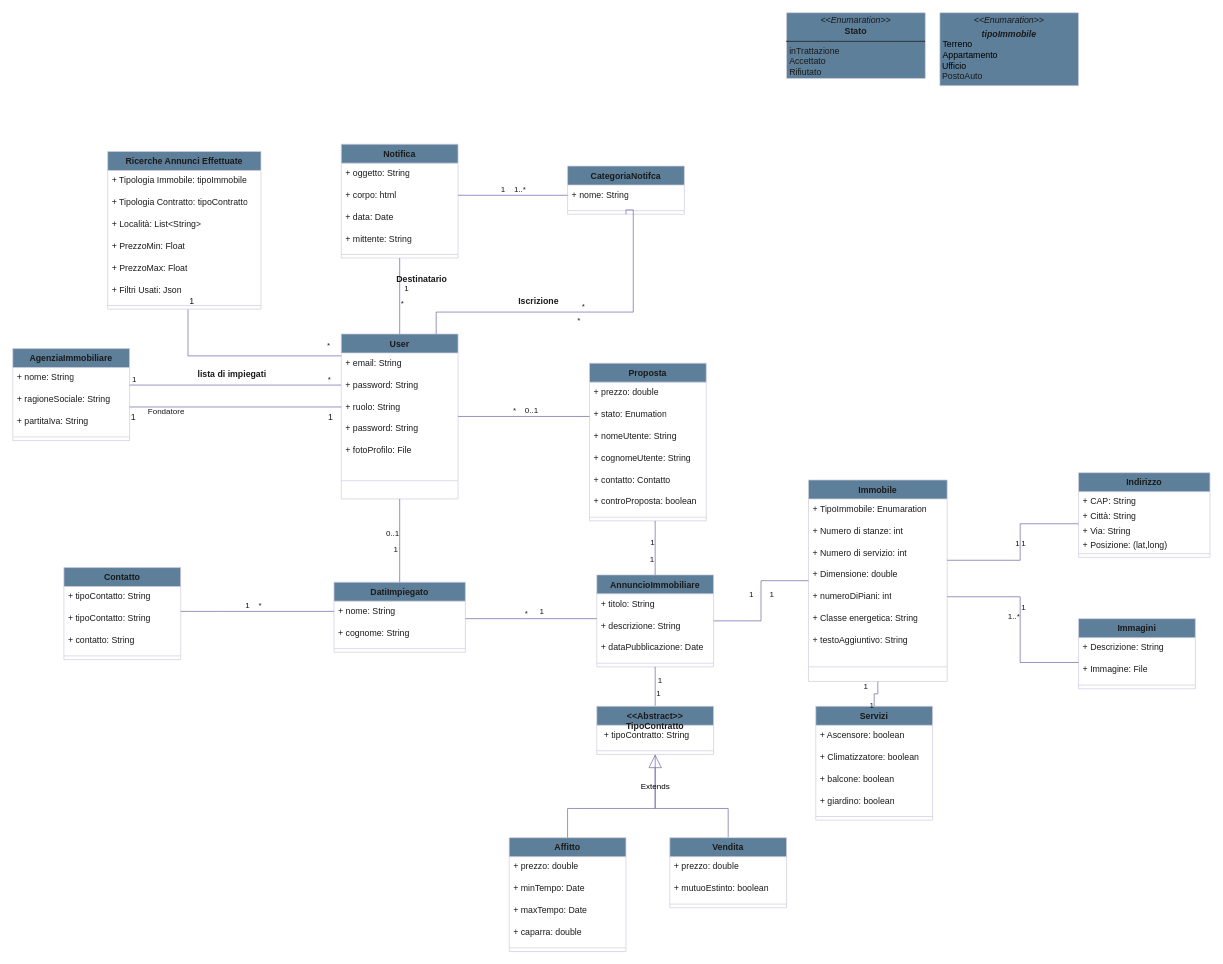
Above: diagrammi/diagramma delle classi.drawio in Sperob98/Documentazione-DietiEstates25 (draw.io), before the change. Source tidied: cells renumbered, new cells numbered last; positions are measured from the earlier drawing's top-left corner, leaving out a move shared by most shapes. Both pictures are drawn from the tidied source at 73%, with x=0, y=0 at pixel (12, 12).
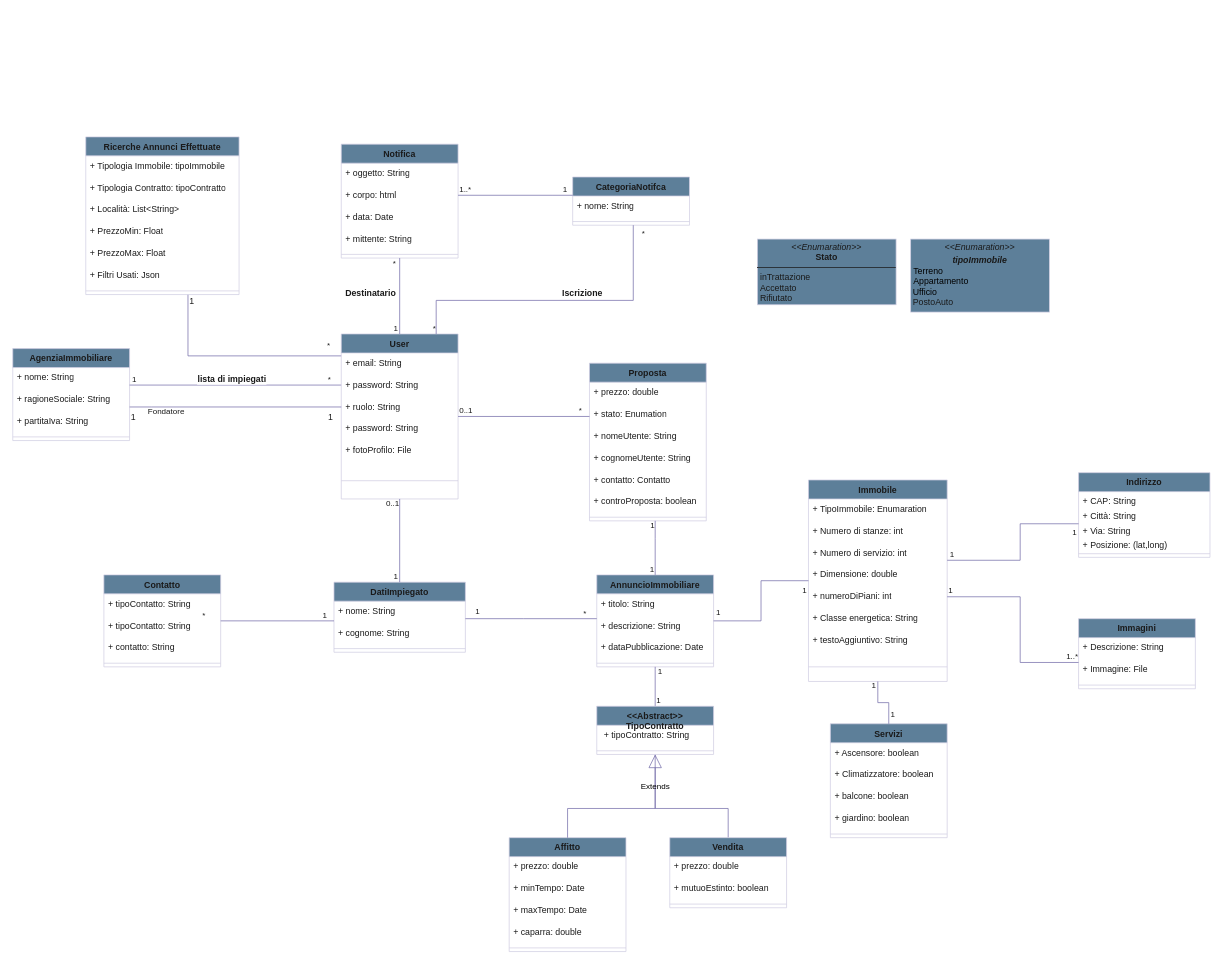
Above is the later version.

Unchanged cells that the change refers to:
```xml
<mxCell id="21" style="endArrow=none;html=1;edgeStyle=orthogonalEdgeStyle;rounded=0;labelBackgroundColor=none;strokeColor=#736CA8;fontColor=default;" parent="1" edge="1" source="2" target="11">
  <mxGeometry relative="1" as="geometry">
    <Array as="points">
      <mxPoint x="1380" y="750" />
      <mxPoint x="1380" y="700" />
    </Array>
  </mxGeometry>
</mxCell>
<mxCell id="42" value="User" style="swimlane;fontStyle=1;align=center;verticalAlign=top;horizontal=1;startSize=26;whiteSpace=wrap;html=1;labelBackgroundColor=none;fillColor=#5D7F99;strokeColor=#D0CEE2;fontColor=#1A1A1A;" parent="1" vertex="1">
  <mxGeometry x="450" y="440" width="160" height="226" as="geometry" />
</mxCell>
<mxCell id="59" style="endArrow=none;html=1;edgeStyle=orthogonalEdgeStyle;rounded=0;labelBackgroundColor=none;strokeColor=#736CA8;fontColor=default;" parent="1" edge="1" source="54" target="50">
  <mxGeometry relative="1" as="geometry">
    <Array as="points">
      <mxPoint x="280" y="820" />
      <mxPoint x="280" y="820" />
    </Array>
  </mxGeometry>
</mxCell>
<mxCell id="62" style="endArrow=none;html=1;edgeStyle=orthogonalEdgeStyle;rounded=0;exitX=0.5;exitY=1;exitDx=0;exitDy=0;entryX=0.5;entryY=0;entryDx=0;entryDy=0;labelBackgroundColor=none;strokeColor=#736CA8;fontColor=default;" parent="1" edge="1" source="42" target="50">
  <mxGeometry relative="1" as="geometry" />
</mxCell>
<mxCell id="70" style="endArrow=none;html=1;edgeStyle=orthogonalEdgeStyle;rounded=0;labelBackgroundColor=none;strokeColor=#736CA8;fontColor=default;" parent="1" edge="1" source="65" target="50">
  <mxGeometry relative="1" as="geometry">
    <Array as="points">
      <mxPoint x="700" y="830" />
      <mxPoint x="700" y="830" />
    </Array>
  </mxGeometry>
</mxCell>
<mxCell id="73" style="endArrow=none;html=1;edgeStyle=orthogonalEdgeStyle;rounded=0;labelBackgroundColor=none;strokeColor=#736CA8;fontColor=default;" parent="1" edge="1" source="65" target="2">
  <mxGeometry relative="1" as="geometry" />
</mxCell>
<mxCell id="76" style="endArrow=none;html=1;edgeStyle=orthogonalEdgeStyle;rounded=0;labelBackgroundColor=none;strokeColor=#736CA8;fontColor=default;" parent="1" edge="1" source="65" target="144">
  <mxGeometry relative="1" as="geometry">
    <Array as="points">
      <mxPoint x="880" y="900" />
      <mxPoint x="880" y="900" />
    </Array>
  </mxGeometry>
</mxCell>
<mxCell id="94" style="endArrow=none;html=1;edgeStyle=orthogonalEdgeStyle;rounded=0;labelBackgroundColor=none;strokeColor=#736CA8;fontColor=default;" parent="1" edge="1" source="42" target="86">
  <mxGeometry relative="1" as="geometry">
    <Array as="points">
      <mxPoint x="800" y="540" />
      <mxPoint x="800" y="540" />
    </Array>
  </mxGeometry>
</mxCell>
<mxCell id="97" style="endArrow=none;html=1;edgeStyle=orthogonalEdgeStyle;rounded=0;labelBackgroundColor=none;strokeColor=#736CA8;fontColor=default;" parent="1" edge="1" source="86" target="65">
  <mxGeometry relative="1" as="geometry">
    <Array as="points">
      <mxPoint x="880" y="720" />
      <mxPoint x="880" y="720" />
    </Array>
  </mxGeometry>
</mxCell>
<mxCell id="100" style="endArrow=none;html=1;edgeStyle=orthogonalEdgeStyle;rounded=0;entryX=0.5;entryY=0;entryDx=0;entryDy=0;labelBackgroundColor=none;strokeColor=#736CA8;fontColor=default;" parent="1" edge="1" source="79" target="42">
  <mxGeometry relative="1" as="geometry" />
</mxCell>
<mxCell id="105" style="endArrow=none;html=1;edgeStyle=orthogonalEdgeStyle;rounded=0;labelBackgroundColor=none;strokeColor=#736CA8;fontColor=default;" parent="1" edge="1" source="2" target="17">
  <mxGeometry relative="1" as="geometry">
    <Array as="points">
      <mxPoint x="1380" y="800" />
      <mxPoint x="1380" y="890" />
    </Array>
  </mxGeometry>
</mxCell>
<mxCell id="115" style="endArrow=none;html=1;edgeStyle=orthogonalEdgeStyle;rounded=0;labelBackgroundColor=none;strokeColor=#736CA8;fontColor=default;" parent="1" edge="1" source="2" target="109">
  <mxGeometry relative="1" as="geometry" />
</mxCell>
<mxCell id="125" style="endArrow=none;html=1;edgeStyle=orthogonalEdgeStyle;rounded=0;labelBackgroundColor=none;strokeColor=#736CA8;fontColor=default;" parent="1" edge="1" source="79" target="122">
  <mxGeometry relative="1" as="geometry">
    <Array as="points">
      <mxPoint x="740" y="250" />
      <mxPoint x="740" y="250" />
    </Array>
  </mxGeometry>
</mxCell>
```

The edit, as a diff of the source:
```diff
@@
     <mxCell id="22" value="1" style="edgeLabel;html=1;align=left;verticalAlign=bottom;labelBackgroundColor=none;fontColor=#1A1A1A;" parent="21" vertex="1">
-      <mxGeometry relative="1" as="geometry" />
+      <mxGeometry relative="1" as="geometry">
+        <mxPoint x="70" y="-15" as="offset" />
+      </mxGeometry>
     </mxCell>
     <mxCell id="23" value="1" style="edgeLabel;html=1;align=right;verticalAlign=bottom;labelBackgroundColor=none;fontColor=#1A1A1A;" parent="21" vertex="1">
-      <mxGeometry relative="1" as="geometry" />
+      <mxGeometry relative="1" as="geometry">
+        <mxPoint x="-90" y="15" as="offset" />
+      </mxGeometry>
     </mxCell>
@@
-    <mxCell id="49" value="lista di impiegati" style="text;align=center;fontStyle=1;verticalAlign=middle;spacingLeft=3;spacingRight=3;strokeColor=none;html=1;labelBackgroundColor=none;fontColor=#1A1A1A;" parent="1" vertex="1">
-      <mxGeometry x="260" y="480" width="80" height="30" as="geometry" />
+    <mxCell id="49" value="lista di impiegati" style="text;align=center;fontStyle=1;verticalAlign=middle;spacingLeft=3;spacingRight=3;strokeColor=none;html=1;labelBackgroundColor=default;fontColor=#1A1A1A;" parent="1" vertex="1">
+      <mxGeometry x="260" y="487" width="80" height="30" as="geometry" />
     </mxCell>
@@
     <mxCell id="54" value="Contatto" style="swimlane;fontStyle=1;align=center;verticalAlign=top;horizontal=1;startSize=26;whiteSpace=wrap;html=1;labelBackgroundColor=none;fillColor=#5D7F99;strokeColor=#D0CEE2;fontColor=#1A1A1A;" parent="1" vertex="1">
-      <mxGeometry x="70" y="760" width="160" height="126" as="geometry" />
+      <mxGeometry x="124.8" y="770" width="160" height="126" as="geometry" />
     </mxCell>
@@
     <mxCell id="60" value="*" style="edgeLabel;html=1;align=left;verticalAlign=bottom;labelBackgroundColor=none;fontColor=#1A1A1A;" parent="59" vertex="1">
-      <mxGeometry relative="1" as="geometry" />
+      <mxGeometry relative="1" as="geometry">
+        <mxPoint x="-105" as="offset" />
+      </mxGeometry>
     </mxCell>
     <mxCell id="61" value="1" style="edgeLabel;html=1;align=right;verticalAlign=bottom;labelBackgroundColor=none;fontColor=#1A1A1A;" parent="59" vertex="1">
       <mxGeometry relative="1" as="geometry">
-        <mxPoint x="-10" as="offset" />
+        <mxPoint x="68" as="offset" />
       </mxGeometry>
     </mxCell>
@@
     <mxCell id="63" value="1" style="edgeLabel;html=1;align=left;verticalAlign=bottom;labelBackgroundColor=none;fontColor=#1A1A1A;" parent="62" vertex="1">
       <mxGeometry relative="1" as="geometry">
-        <mxPoint x="-10" y="20" as="offset" />
+        <mxPoint x="-10" y="57" as="offset" />
       </mxGeometry>
     </mxCell>
     <mxCell id="64" value="0..1" style="edgeLabel;html=1;align=right;verticalAlign=bottom;labelBackgroundColor=none;fontColor=#1A1A1A;" parent="62" vertex="1">
       <mxGeometry relative="1" as="geometry">
-        <mxPoint y="-2" as="offset" />
+        <mxPoint y="-43" as="offset" />
       </mxGeometry>
     </mxCell>
@@
     <mxCell id="71" value="*" style="edgeLabel;html=1;align=left;verticalAlign=bottom;labelBackgroundColor=none;fontColor=#1A1A1A;" parent="70" vertex="1">
       <mxGeometry relative="1" as="geometry">
-        <mxPoint x="-10" y="1" as="offset" />
+        <mxPoint x="70" y="1" as="offset" />
       </mxGeometry>
     </mxCell>
     <mxCell id="72" value="1" style="edgeLabel;html=1;align=right;verticalAlign=bottom;labelBackgroundColor=none;fontColor=#1A1A1A;" parent="70" vertex="1">
       <mxGeometry relative="1" as="geometry">
-        <mxPoint x="18" y="-2" as="offset" />
+        <mxPoint x="-70" y="-2" as="offset" />
       </mxGeometry>
     </mxCell>
@@
     <mxCell id="74" value="1" style="edgeLabel;html=1;align=left;verticalAlign=bottom;labelBackgroundColor=none;fontColor=#1A1A1A;" parent="73" vertex="1">
       <mxGeometry relative="1" as="geometry">
-        <mxPoint x="10" as="offset" />
+        <mxPoint x="55" y="-5" as="offset" />
       </mxGeometry>
     </mxCell>
     <mxCell id="75" value="1" style="edgeLabel;html=1;align=right;verticalAlign=bottom;labelBackgroundColor=none;fontColor=#1A1A1A;" parent="73" vertex="1">
       <mxGeometry relative="1" as="geometry">
-        <mxPoint x="-10" as="offset" />
+        <mxPoint x="-55" y="25" as="offset" />
       </mxGeometry>
     </mxCell>
@@
     <mxCell id="77" value="1" style="edgeLabel;html=1;align=left;verticalAlign=bottom;labelBackgroundColor=none;fontColor=#1A1A1A;" parent="76" vertex="1">
       <mxGeometry relative="1" as="geometry">
-        <mxPoint y="18" as="offset" />
+        <mxPoint y="27" as="offset" />
       </mxGeometry>
     </mxCell>
     <mxCell id="78" value="1" style="edgeLabel;html=1;align=right;verticalAlign=bottom;labelBackgroundColor=none;fontColor=#1A1A1A;" parent="76" vertex="1">
       <mxGeometry relative="1" as="geometry">
-        <mxPoint x="10" as="offset" />
+        <mxPoint x="10" y="-13" as="offset" />
       </mxGeometry>
     </mxCell>
@@
     <mxCell id="95" value="0..1" style="edgeLabel;html=1;align=left;verticalAlign=bottom;labelBackgroundColor=none;fontColor=#1A1A1A;" parent="94" vertex="1">
-      <mxGeometry relative="1" as="geometry" />
+      <mxGeometry relative="1" as="geometry">
+        <mxPoint x="-90" as="offset" />
+      </mxGeometry>
     </mxCell>
     <mxCell id="96" value="*" style="edgeLabel;html=1;align=right;verticalAlign=bottom;labelBackgroundColor=none;fontColor=#1A1A1A;" parent="94" vertex="1">
       <mxGeometry relative="1" as="geometry">
-        <mxPoint x="-10" as="offset" />
+        <mxPoint x="80" as="offset" />
       </mxGeometry>
     </mxCell>
@@
     <mxCell id="98" value="1" style="edgeLabel;html=1;align=left;verticalAlign=bottom;labelBackgroundColor=none;fontColor=#1A1A1A;" parent="97" vertex="1">
       <mxGeometry relative="1" as="geometry">
-        <mxPoint x="-9" y="24" as="offset" />
+        <mxPoint x="-9" y="37" as="offset" />
       </mxGeometry>
     </mxCell>
     <mxCell id="99" value="1" style="edgeLabel;html=1;align=right;verticalAlign=bottom;labelBackgroundColor=none;fontColor=#1A1A1A;" parent="97" vertex="1">
-      <mxGeometry relative="1" as="geometry" />
+      <mxGeometry relative="1" as="geometry">
+        <mxPoint y="-23" as="offset" />
+      </mxGeometry>
     </mxCell>
@@
     <mxCell id="101" value="*" style="edgeLabel;html=1;align=left;verticalAlign=bottom;labelBackgroundColor=none;fontColor=#1A1A1A;" parent="100" vertex="1">
       <mxGeometry relative="1" as="geometry">
-        <mxPoint y="18" as="offset" />
+        <mxPoint x="-11" y="-37" as="offset" />
       </mxGeometry>
     </mxCell>
     <mxCell id="102" value="1" style="edgeLabel;html=1;align=right;verticalAlign=bottom;labelBackgroundColor=none;fontColor=#1A1A1A;" parent="100" vertex="1">
       <mxGeometry relative="1" as="geometry">
-        <mxPoint x="13" y="-3" as="offset" />
+        <mxPoint x="-2" y="52" as="offset" />
       </mxGeometry>
     </mxCell>
     <mxCell id="103" value="Destinatario" style="text;align=center;fontStyle=1;verticalAlign=middle;spacingLeft=3;spacingRight=3;strokeColor=none;html=1;labelBackgroundColor=none;fontColor=#1A1A1A;" parent="1" vertex="1">
-      <mxGeometry x="520" y="350" width="80" height="30" as="geometry" />
+      <mxGeometry x="450" y="370" width="80" height="30" as="geometry" />
     </mxCell>
     <mxCell id="104" value="&lt;p style=&quot;margin:0px;margin-top:4px;text-align:center;&quot;&gt;&lt;i&gt;&amp;lt;&amp;lt;Enumaration&amp;gt;&amp;gt;&lt;/i&gt;&lt;br&gt;&lt;b&gt;Stato&lt;/b&gt;&lt;/p&gt;&lt;hr size=&quot;1&quot; style=&quot;border-style:solid;&quot;&gt;&lt;p style=&quot;margin:0px;margin-left:4px;&quot;&gt;inTrattazione&lt;/p&gt;&lt;p style=&quot;margin:0px;margin-left:4px;&quot;&gt;Accettato&lt;/p&gt;&lt;p style=&quot;margin:0px;margin-left:4px;&quot;&gt;Rifiutato&lt;/p&gt;&lt;div&gt;&lt;span style=&quot;background-color: transparent; color: light-dark(rgb(0, 0, 0), rgb(255, 255, 255));&quot;&gt;&lt;br&gt;&lt;/span&gt;&lt;/div&gt;&lt;hr size=&quot;1&quot; style=&quot;border-style:solid;&quot;&gt;&lt;p style=&quot;margin:0px;margin-left:4px;&quot;&gt;&lt;br&gt;&lt;/p&gt;" style="verticalAlign=top;align=left;overflow=fill;html=1;whiteSpace=wrap;labelBackgroundColor=none;fillColor=#5D7F99;strokeColor=#D0CEE2;fontColor=#1A1A1A;" parent="1" vertex="1">
-      <mxGeometry x="1060" width="190" height="90" as="geometry" />
+      <mxGeometry x="1020" y="310" width="190" height="90" as="geometry" />
     </mxCell>
@@
     <mxCell id="106" value="1" style="edgeLabel;html=1;align=left;verticalAlign=bottom;labelBackgroundColor=none;fontColor=#1A1A1A;" parent="105" vertex="1">
       <mxGeometry relative="1" as="geometry">
-        <mxPoint y="-12" as="offset" />
+        <mxPoint x="-100" y="-35" as="offset" />
       </mxGeometry>
     </mxCell>
     <mxCell id="107" value="1..*" style="edgeLabel;html=1;align=right;verticalAlign=bottom;labelBackgroundColor=none;fontColor=#1A1A1A;" parent="105" vertex="1">
-      <mxGeometry relative="1" as="geometry" />
+      <mxGeometry relative="1" as="geometry">
+        <mxPoint x="80" y="55" as="offset" />
+      </mxGeometry>
     </mxCell>
     <mxCell id="108" value="&lt;p style=&quot;margin:0px;margin-top:4px;text-align:center;&quot;&gt;&lt;i&gt;&amp;lt;&amp;lt;Enumaration&amp;gt;&amp;gt;&lt;/i&gt;&lt;br&gt;&lt;/p&gt;&lt;p style=&quot;margin:0px;margin-top:4px;text-align:center;&quot;&gt;&lt;i&gt;&lt;b&gt;tipoImmobile&lt;/b&gt;&lt;/i&gt;&lt;/p&gt;&lt;p style=&quot;margin:0px;margin-left:4px;&quot;&gt;&lt;span style=&quot;background-color: transparent; color: light-dark(rgb(0, 0, 0), rgb(255, 255, 255));&quot;&gt;Terreno&lt;/span&gt;&lt;/p&gt;&lt;p style=&quot;margin:0px;margin-left:4px;&quot;&gt;&lt;span style=&quot;background-color: transparent; color: light-dark(rgb(0, 0, 0), rgb(255, 255, 255));&quot;&gt;Appartamento&lt;/span&gt;&lt;/p&gt;&lt;div&gt;&lt;span style=&quot;background-color: transparent; color: light-dark(rgb(0, 0, 0), rgb(255, 255, 255));&quot;&gt;&amp;nbsp;Ufficio&lt;/span&gt;&lt;/div&gt;&lt;div&gt;&amp;nbsp;PostoAuto&lt;/div&gt;&lt;div&gt;&lt;span style=&quot;background-color: transparent; color: light-dark(rgb(0, 0, 0), rgb(255, 255, 255));&quot;&gt;&lt;br&gt;&lt;/span&gt;&lt;/div&gt;&lt;hr size=&quot;1&quot; style=&quot;border-style:solid;&quot;&gt;&lt;p style=&quot;margin:0px;margin-left:4px;&quot;&gt;&lt;br&gt;&lt;/p&gt;" style="verticalAlign=top;align=left;overflow=fill;html=1;whiteSpace=wrap;labelBackgroundColor=none;fillColor=#5D7F99;strokeColor=#D0CEE2;fontColor=#1A1A1A;" parent="1" vertex="1">
-      <mxGeometry x="1270" width="190" height="100" as="geometry" />
+      <mxGeometry x="1230" y="310" width="190" height="100" as="geometry" />
     </mxCell>
     <mxCell id="109" value="Servizi" style="swimlane;fontStyle=1;align=center;verticalAlign=top;horizontal=1;startSize=26;whiteSpace=wrap;html=1;labelBackgroundColor=none;fillColor=#5D7F99;strokeColor=#D0CEE2;fontColor=#1A1A1A;" parent="1" vertex="1">
-      <mxGeometry x="1100" y="950" width="160" height="156" as="geometry" />
+      <mxGeometry x="1120" y="974" width="160" height="156" as="geometry" />
     </mxCell>
@@
     <mxCell id="116" value="1" style="edgeLabel;html=1;align=left;verticalAlign=bottom;labelBackgroundColor=none;fontColor=#1A1A1A;" parent="115" vertex="1">
       <mxGeometry relative="1" as="geometry">
-        <mxPoint x="-10" y="24" as="offset" />
+        <mxPoint x="8" y="24" as="offset" />
       </mxGeometry>
     </mxCell>
     <mxCell id="117" value="1" style="edgeLabel;html=1;align=right;verticalAlign=bottom;labelBackgroundColor=none;fontColor=#1A1A1A;" parent="115" vertex="1">
       <mxGeometry relative="1" as="geometry">
-        <mxPoint x="-10" y="-2" as="offset" />
+        <mxPoint x="-10" y="-15" as="offset" />
       </mxGeometry>
     </mxCell>
@@
     <mxCell id="122" value="CategoriaNotifca" style="swimlane;fontStyle=1;align=center;verticalAlign=top;horizontal=1;startSize=26;whiteSpace=wrap;html=1;labelBackgroundColor=none;fillColor=#5D7F99;strokeColor=#D0CEE2;fontColor=#1A1A1A;" parent="1" vertex="1">
-      <mxGeometry x="760" y="210" width="160" height="66" as="geometry" />
+      <mxGeometry x="767" y="225" width="160" height="66" as="geometry" />
     </mxCell>
@@
     <mxCell id="126" value="1..*" style="edgeLabel;html=1;align=left;verticalAlign=bottom;labelBackgroundColor=none;fontColor=#1A1A1A;" parent="125" vertex="1">
-      <mxGeometry relative="1" as="geometry" />
+      <mxGeometry relative="1" as="geometry">
+        <mxPoint x="-79" as="offset" />
+      </mxGeometry>
     </mxCell>
     <mxCell id="127" value="1" style="edgeLabel;html=1;align=right;verticalAlign=bottom;labelBackgroundColor=none;fontColor=#1A1A1A;" parent="125" vertex="1">
       <mxGeometry relative="1" as="geometry">
-        <mxPoint x="-10" as="offset" />
+        <mxPoint x="71" as="offset" />
       </mxGeometry>
     </mxCell>
-    <mxCell id="128" style="endArrow=none;html=1;edgeStyle=orthogonalEdgeStyle;rounded=0;entryX=0.5;entryY=1;entryDx=0;entryDy=0;labelBackgroundColor=none;strokeColor=#736CA8;fontColor=default;" parent="1" edge="1" source="42" target="122">
+    <mxCell id="128" style="endArrow=none;html=1;edgeStyle=orthogonalEdgeStyle;rounded=0;labelBackgroundColor=none;strokeColor=#736CA8;fontColor=default;" parent="1" edge="1" source="42" target="122">
       <mxGeometry relative="1" as="geometry">
         <Array as="points">
-          <mxPoint x="580" y="410" />
-          <mxPoint x="850" y="410" />
-          <mxPoint x="850" y="270" />
+          <mxPoint x="580" y="394" />
+          <mxPoint x="850" y="394" />
         </Array>
       </mxGeometry>
     </mxCell>
     <mxCell id="129" value="*" style="edgeLabel;html=1;align=left;verticalAlign=bottom;labelBackgroundColor=none;fontColor=#1A1A1A;" parent="128" vertex="1">
-      <mxGeometry relative="1" as="geometry" />
+      <mxGeometry relative="1" as="geometry">
+        <mxPoint x="116" y="-84" as="offset" />
+      </mxGeometry>
     </mxCell>
     <mxCell id="130" value="*" style="edgeLabel;html=1;align=right;verticalAlign=bottom;labelBackgroundColor=none;fontColor=#1A1A1A;" parent="128" vertex="1">
       <mxGeometry relative="1" as="geometry">
-        <mxPoint y="20" as="offset" />
+        <mxPoint x="-164" y="46" as="offset" />
       </mxGeometry>
     </mxCell>
     <mxCell id="131" value="Iscrizione" style="text;align=center;fontStyle=1;verticalAlign=middle;spacingLeft=3;spacingRight=3;strokeColor=none;html=1;labelBackgroundColor=none;fontColor=#1A1A1A;" parent="1" vertex="1">
-      <mxGeometry x="680" y="380" width="80" height="30" as="geometry" />
+      <mxGeometry x="740" y="370" width="80" height="30" as="geometry" />
     </mxCell>
@@
     <mxCell id="134" value="Ricerche Annunci Effettuate" style="swimlane;fontStyle=1;align=center;verticalAlign=top;horizontal=1;startSize=26;whiteSpace=wrap;html=1;labelBackgroundColor=none;fillColor=#5D7F99;strokeColor=#D0CEE2;fontColor=#1A1A1A;" parent="1" vertex="1">
-      <mxGeometry x="130" y="190" width="210" height="216" as="geometry" />
+      <mxGeometry x="100" y="170" width="210" height="216" as="geometry" />
     </mxCell>
```
